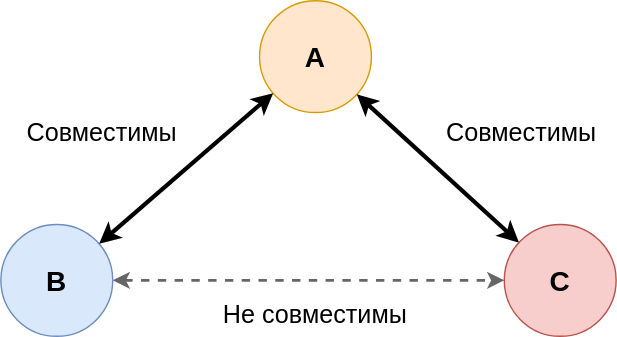
alfertev2014/holyjs-2025-autumn keeps this draw.io diagram as images/triangle.svg. Above is the earlier version. Source tidied: cells renumbered, new cells last; positions are measured from the earlier drawing's top-left corner, leaving out a move shared by most shapes.
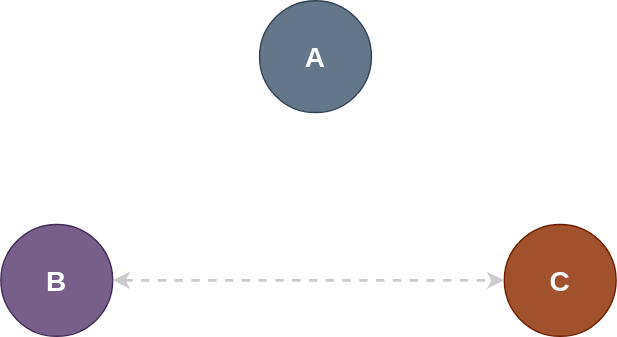
The same diagram one commit later.

The edit, as a diff of the source:
```diff
@@ -2,31 +2,31 @@
   <root>
     <mxCell id="0" />
     <mxCell id="1" parent="0" />
-    <mxCell id="2" value="A" style="ellipse;whiteSpace=wrap;html=1;fillColor=#ffe6cc;strokeColor=#d79b00;fontSize=20;fontStyle=1;" parent="1" vertex="1">
+    <mxCell id="2" value="A" style="ellipse;whiteSpace=wrap;html=1;fillColor=#647687;strokeColor=#314354;fontSize=20;fontStyle=1;fontColor=#ffffff;" parent="1" vertex="1">
       <mxGeometry x="185" width="80" height="80" as="geometry" />
     </mxCell>
-    <mxCell id="3" value="B" style="ellipse;whiteSpace=wrap;html=1;fillColor=#dae8fc;strokeColor=#6c8ebf;fontSize=20;fontStyle=1;" parent="1" vertex="1">
+    <mxCell id="3" value="B" style="ellipse;whiteSpace=wrap;html=1;fillColor=#76608a;strokeColor=#432D57;fontSize=20;fontStyle=1;fontColor=#ffffff;" parent="1" vertex="1">
       <mxGeometry y="160" width="80" height="80" as="geometry" />
     </mxCell>
-    <mxCell id="4" value="C" style="ellipse;whiteSpace=wrap;html=1;fillColor=#f8cecc;strokeColor=#b85450;fontSize=20;fontStyle=1;" parent="1" vertex="1">
+    <mxCell id="4" value="C" style="ellipse;whiteSpace=wrap;html=1;fillColor=#a0522d;strokeColor=#6D1F00;fontSize=20;fontStyle=1;fontColor=#ffffff;" parent="1" vertex="1">
       <mxGeometry x="360" y="160" width="80" height="80" as="geometry" />
     </mxCell>
-    <mxCell id="5" style="endArrow=classic;startArrow=classic;html=1;strokeWidth=3;" parent="1" edge="1" source="3" target="2">
+    <mxCell id="5" style="endArrow=classic;startArrow=classic;html=1;strokeWidth=3;strokeColor=#FFFFFF;" parent="1" edge="1" source="3" target="2">
       <mxGeometry relative="1" as="geometry" />
     </mxCell>
-    <mxCell id="6" style="endArrow=classic;startArrow=classic;html=1;strokeWidth=3;" parent="1" edge="1" source="4" target="2">
+    <mxCell id="6" style="endArrow=classic;startArrow=classic;html=1;strokeWidth=3;strokeColor=#FFFFFF;" parent="1" edge="1" source="4" target="2">
       <mxGeometry relative="1" as="geometry" />
     </mxCell>
-    <mxCell id="7" value="&amp;nbsp;Совместимы" style="text;html=1;align=center;verticalAlign=middle;whiteSpace=wrap;rounded=0;fontSize=18;" parent="1" vertex="1">
+    <mxCell id="7" value="&amp;nbsp;Совместимы" style="text;html=1;align=center;verticalAlign=middle;whiteSpace=wrap;rounded=0;fontSize=18;fontColor=#FFFFFF;" parent="1" vertex="1">
       <mxGeometry y="80" width="140" height="30" as="geometry" />
     </mxCell>
-    <mxCell id="8" value="&amp;nbsp;Совместимы" style="text;html=1;align=center;verticalAlign=middle;whiteSpace=wrap;rounded=0;fontSize=18;" parent="1" vertex="1">
+    <mxCell id="8" value="&amp;nbsp;Совместимы" style="text;html=1;align=center;verticalAlign=middle;whiteSpace=wrap;rounded=0;fontSize=18;fontColor=#FFFFFF;" parent="1" vertex="1">
       <mxGeometry x="300" y="80" width="140" height="30" as="geometry" />
     </mxCell>
-    <mxCell id="9" style="endArrow=classic;startArrow=classic;html=1;dashed=1;strokeWidth=2;fillColor=#f5f5f5;strokeColor=#666666;" parent="1" edge="1" source="3" target="4">
+    <mxCell id="9" style="endArrow=classic;startArrow=classic;html=1;dashed=1;strokeWidth=2;fillColor=#f5f5f5;strokeColor=#CCCCCC;" parent="1" edge="1" source="3" target="4">
       <mxGeometry relative="1" as="geometry" />
     </mxCell>
-    <mxCell id="10" value="Не совместимы" style="text;html=1;align=center;verticalAlign=middle;whiteSpace=wrap;rounded=0;fontSize=18;" parent="1" vertex="1">
+    <mxCell id="10" value="Не совместимы" style="text;html=1;align=center;verticalAlign=middle;whiteSpace=wrap;rounded=0;fontSize=18;fontColor=#FFFFFF;" parent="1" vertex="1">
       <mxGeometry x="155" y="210" width="140" height="30" as="geometry" />
     </mxCell>
   </root>
```
